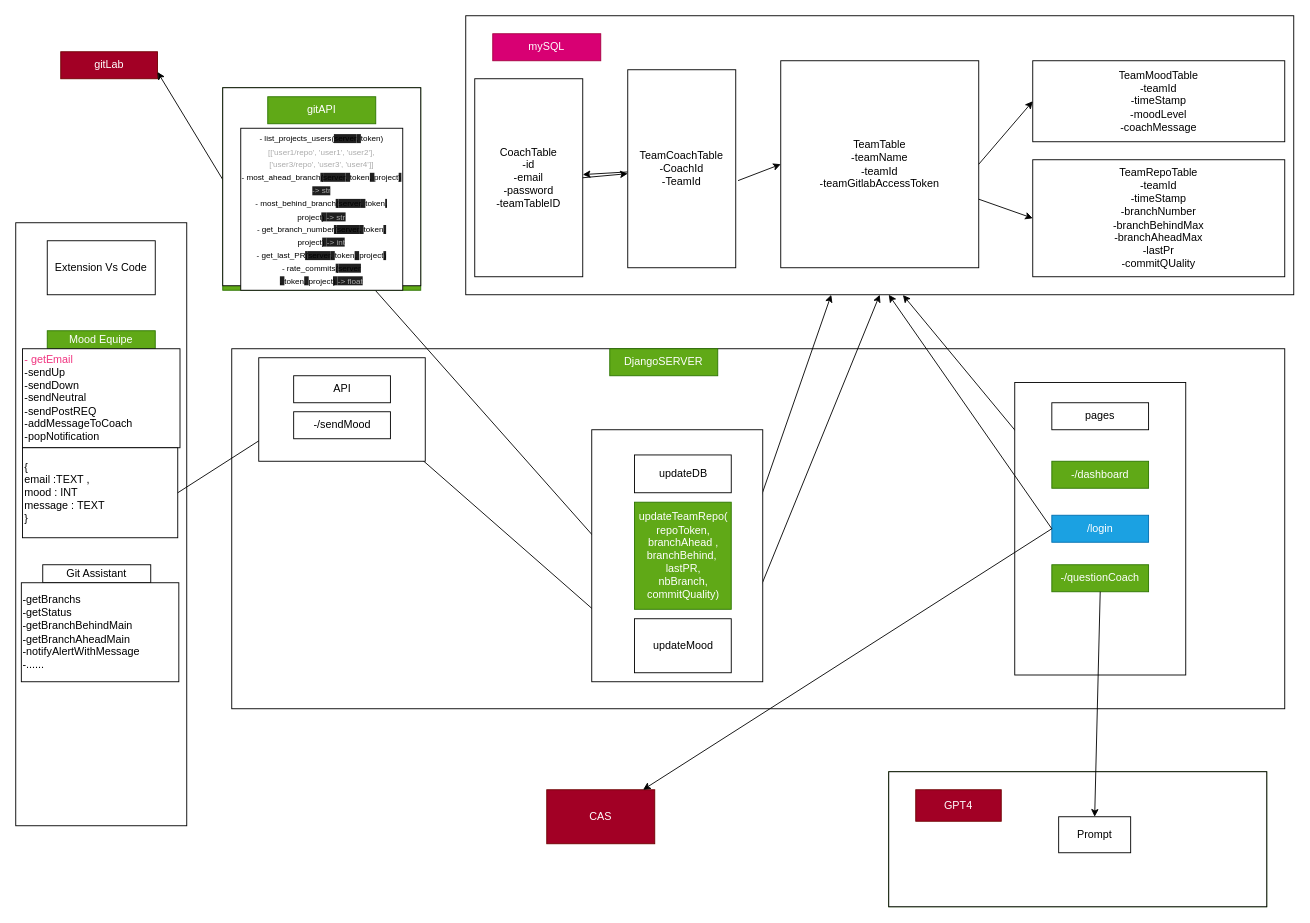
The draw.io diagram architecture.drawio in mohamedali3107/codingcoach, before the edit. Source tidied: cells renumbered, new cells numbered last; positions are measured from the earlier drawing's top-left corner, leaving out a move shared by most shapes. Both pictures are drawn from the tidied source at 90%, with x=0, y=0 at pixel (15, 15).
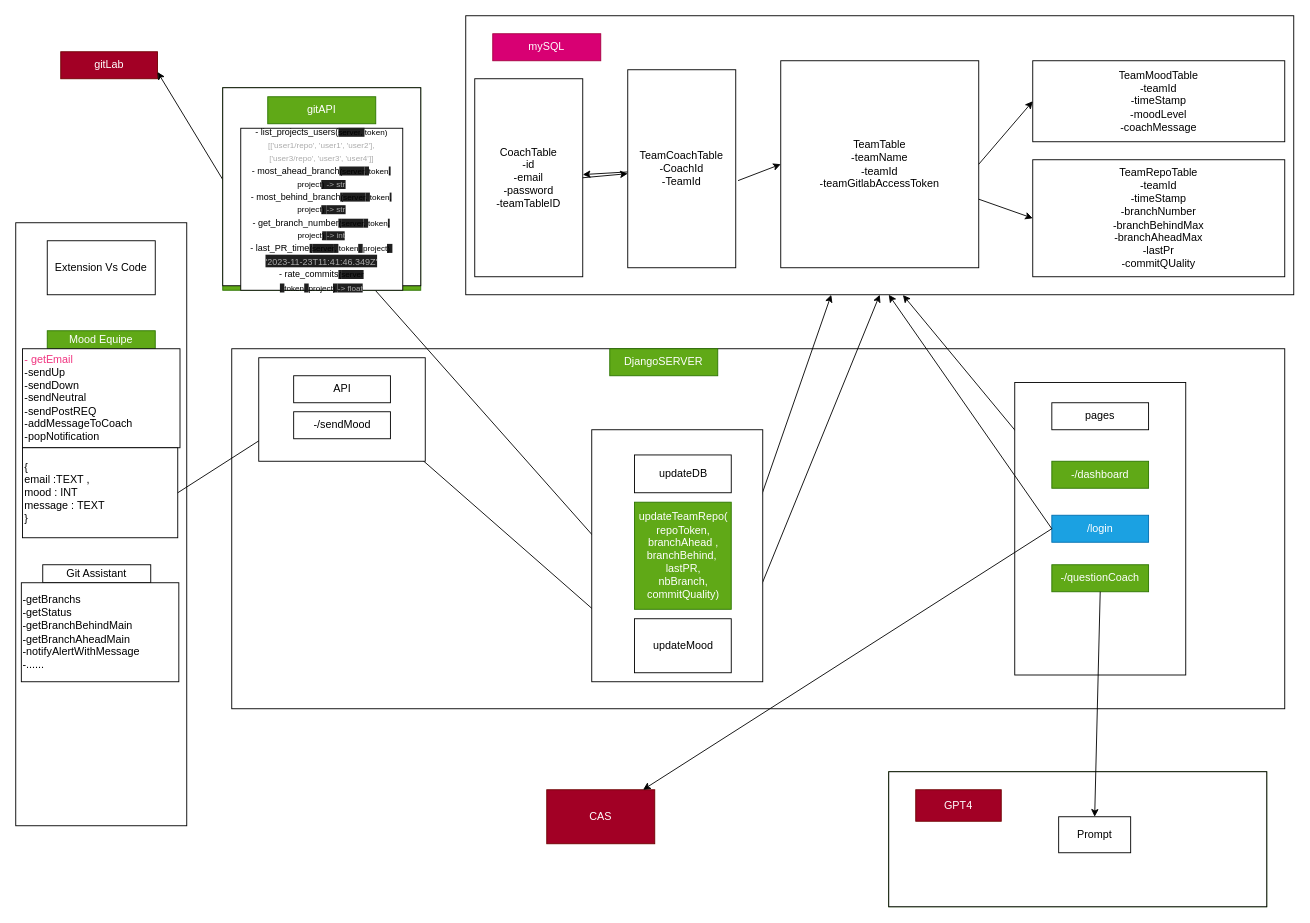
Above is the later version.

The change refers to these unchanged cells:
```xml
<mxCell id="52" style="group;fillColor=#60a917;fontColor=#ffffff;strokeColor=#2D7600;" parent="1" vertex="1">
  <mxGeometry x="230" y="80" width="220" height="225" as="geometry" />
</mxCell>
```

What changed in the source:
```diff
@@
-    <mxCell id="55" value="&lt;font style=&quot;font-size: 9px;&quot;&gt;&lt;font style=&quot;font-size: 9px;&quot;&gt;- list_projects_users(&lt;span style=&quot;background-color: rgb(31, 31, 31);&quot;&gt;server&lt;/span&gt;&lt;span style=&quot;background-color: rgb(31, 31, 31);&quot;&gt;, &lt;/span&gt;&lt;span style=&quot;background-color: initial;&quot;&gt;token&lt;/span&gt;&lt;span style=&quot;background-color: initial;&quot;&gt;)&lt;br&gt;&lt;/span&gt;&lt;font color=&quot;#ababab&quot;&gt;[['user1/repo', 'user1', 'user2'],&lt;br&gt;&lt;/font&gt;&lt;span style=&quot;color: rgb(171, 171, 171);&quot;&gt;['user3/repo', 'user3', 'user4']&lt;/span&gt;&lt;font color=&quot;#ababab&quot;&gt;]&lt;/font&gt;&lt;br&gt;- most_ahead_branch&lt;span style=&quot;background-color: rgb(31, 31, 31);&quot;&gt;(&lt;/span&gt;&lt;span style=&quot;background-color: rgb(31, 31, 31);&quot;&gt;server&lt;/span&gt;&lt;span style=&quot;background-color: rgb(31, 31, 31);&quot;&gt;, &lt;/span&gt;&lt;span style=&quot;background-color: initial;&quot;&gt;token&lt;/span&gt;&lt;span style=&quot;background-color: rgb(31, 31, 31);&quot;&gt;, &lt;/span&gt;&lt;span style=&quot;background-color: initial;&quot;&gt;project&lt;/span&gt;&lt;span style=&quot;background-color: rgb(31, 31, 31);&quot;&gt;) &lt;font color=&quot;#ababab&quot;&gt;-&amp;gt; str&lt;/font&gt;&lt;/span&gt;&lt;span style=&quot;background-color: rgb(31, 31, 31);&quot;&gt;&lt;br&gt;&lt;/span&gt;- most_behind_branch&lt;span style=&quot;background-color: rgb(31, 31, 31);&quot;&gt;(&lt;/span&gt;&lt;span style=&quot;background-color: rgb(31, 31, 31);&quot;&gt;server&lt;/span&gt;&lt;span style=&quot;background-color: rgb(31, 31, 31);&quot;&gt;, &lt;/span&gt;&lt;span style=&quot;background-color: initial;&quot;&gt;token&lt;/span&gt;&lt;span style=&quot;background-color: rgb(31, 31, 31);&quot;&gt;, &lt;/span&gt;&lt;span style=&quot;background-color: initial;&quot;&gt;project&lt;/span&gt;&lt;span style=&quot;background-color: rgb(31, 31, 31);&quot;&gt;)&amp;nbsp;&lt;/span&gt;&lt;span style=&quot;color: rgb(171, 171, 171); background-color: rgb(31, 31, 31);&quot;&gt;-&amp;gt; str&lt;/span&gt;&lt;span style=&quot;background-color: rgb(31, 31, 31);&quot;&gt;&lt;br&gt;&lt;/span&gt;- get_branch_number&lt;span style=&quot;background-color: rgb(31, 31, 31);&quot;&gt;(&lt;/span&gt;&lt;span style=&quot;background-color: rgb(31, 31, 31);&quot;&gt;server&lt;/span&gt;&lt;span style=&quot;background-color: rgb(31, 31, 31);&quot;&gt;, &lt;/span&gt;&lt;span style=&quot;background-color: initial;&quot;&gt;token&lt;/span&gt;&lt;span style=&quot;background-color: rgb(31, 31, 31);&quot;&gt;, &lt;/span&gt;&lt;span style=&quot;background-color: initial;&quot;&gt;project&lt;/span&gt;&lt;span style=&quot;background-color: rgb(31, 31, 31);&quot;&gt;)&amp;nbsp;&lt;/span&gt;&lt;span style=&quot;color: rgb(171, 171, 171); background-color: rgb(31, 31, 31);&quot;&gt;-&amp;gt; int&lt;/span&gt;&lt;span style=&quot;background-color: rgb(31, 31, 31);&quot;&gt;&lt;br&gt;&lt;/span&gt;- get_last_PR&lt;span style=&quot;background-color: rgb(31, 31, 31);&quot;&gt;(&lt;/span&gt;&lt;span style=&quot;background-color: rgb(31, 31, 31);&quot;&gt;server&lt;/span&gt;&lt;span style=&quot;background-color: rgb(31, 31, 31);&quot;&gt;, &lt;/span&gt;&lt;span style=&quot;background-color: initial;&quot;&gt;token&lt;/span&gt;&lt;span style=&quot;background-color: rgb(31, 31, 31);&quot;&gt;, &lt;/span&gt;&lt;span style=&quot;background-color: initial;&quot;&gt;project&lt;/span&gt;&lt;span style=&quot;background-color: rgb(31, 31, 31);&quot;&gt;)&lt;/span&gt;&lt;span style=&quot;background-color: rgb(31, 31, 31);&quot;&gt;&lt;br&gt;&lt;/span&gt;- rate_commits&lt;span style=&quot;background-color: rgb(31, 31, 31);&quot;&gt;(&lt;/span&gt;&lt;span style=&quot;background-color: rgb(31, 31, 31);&quot;&gt;server&lt;/span&gt;&lt;span style=&quot;background-color: rgb(31, 31, 31);&quot;&gt;&lt;br&gt;&lt;/span&gt;&lt;/font&gt;&lt;span style=&quot;background-color: rgb(31, 31, 31);&quot;&gt;, &lt;/span&gt;&lt;span style=&quot;background-color: initial;&quot;&gt;token&lt;/span&gt;&lt;span style=&quot;background-color: rgb(31, 31, 31);&quot;&gt;, &lt;/span&gt;&lt;span style=&quot;background-color: initial;&quot;&gt;project&lt;/span&gt;&lt;span style=&quot;background-color: rgb(31, 31, 31);&quot;&gt;)&amp;nbsp;&lt;/span&gt;&lt;/font&gt;&lt;span style=&quot;color: rgb(171, 171, 171); font-size: 9px; background-color: rgb(31, 31, 31);&quot;&gt;-&amp;gt; float&lt;/span&gt;" style="whiteSpace=wrap;html=1;" parent="52" vertex="1">
+    <mxCell id="55" value="&lt;font style=&quot;&quot;&gt;&lt;font style=&quot;&quot;&gt;&lt;font size=&quot;1&quot;&gt;- list_projects_users(&lt;/font&gt;&lt;span style=&quot;font-size: 9px; background-color: rgb(31, 31, 31);&quot;&gt;server&lt;/span&gt;&lt;span style=&quot;font-size: 9px; background-color: rgb(31, 31, 31);&quot;&gt;, &lt;/span&gt;&lt;span style=&quot;font-size: 9px; background-color: initial;&quot;&gt;token&lt;/span&gt;&lt;span style=&quot;font-size: 9px; background-color: initial;&quot;&gt;)&lt;br&gt;&lt;/span&gt;&lt;font style=&quot;font-size: 9px;&quot; color=&quot;#ababab&quot;&gt;[['user1/repo', 'user1', 'user2'],&lt;br&gt;&lt;/font&gt;&lt;span style=&quot;font-size: 9px; color: rgb(171, 171, 171);&quot;&gt;['user3/repo', 'user3', 'user4']&lt;/span&gt;&lt;font style=&quot;font-size: 9px;&quot; color=&quot;#ababab&quot;&gt;]&lt;/font&gt;&lt;br&gt;&lt;font size=&quot;1&quot;&gt;- most_ahead_branch&lt;/font&gt;&lt;span style=&quot;font-size: 9px; background-color: rgb(31, 31, 31);&quot;&gt;(&lt;/span&gt;&lt;span style=&quot;font-size: 9px; background-color: rgb(31, 31, 31);&quot;&gt;server&lt;/span&gt;&lt;span style=&quot;font-size: 9px; background-color: rgb(31, 31, 31);&quot;&gt;, &lt;/span&gt;&lt;span style=&quot;font-size: 9px; background-color: initial;&quot;&gt;token&lt;/span&gt;&lt;span style=&quot;font-size: 9px; background-color: rgb(31, 31, 31);&quot;&gt;, &lt;/span&gt;&lt;span style=&quot;font-size: 9px; background-color: initial;&quot;&gt;project&lt;/span&gt;&lt;span style=&quot;font-size: 9px; background-color: rgb(31, 31, 31);&quot;&gt;) &lt;font color=&quot;#ababab&quot;&gt;-&amp;gt; str&lt;/font&gt;&lt;/span&gt;&lt;span style=&quot;font-size: 9px; background-color: rgb(31, 31, 31);&quot;&gt;&lt;br&gt;&lt;/span&gt;&lt;font size=&quot;1&quot;&gt;- most_behind_branch&lt;/font&gt;&lt;span style=&quot;font-size: 9px; background-color: rgb(31, 31, 31);&quot;&gt;(&lt;/span&gt;&lt;span style=&quot;font-size: 9px; background-color: rgb(31, 31, 31);&quot;&gt;server&lt;/span&gt;&lt;span style=&quot;font-size: 9px; background-color: rgb(31, 31, 31);&quot;&gt;, &lt;/span&gt;&lt;span style=&quot;font-size: 9px; background-color: initial;&quot;&gt;token&lt;/span&gt;&lt;span style=&quot;font-size: 9px; background-color: rgb(31, 31, 31);&quot;&gt;, &lt;/span&gt;&lt;span style=&quot;font-size: 9px; background-color: initial;&quot;&gt;project&lt;/span&gt;&lt;span style=&quot;font-size: 9px; background-color: rgb(31, 31, 31);&quot;&gt;)&amp;nbsp;&lt;/span&gt;&lt;span style=&quot;font-size: 9px; color: rgb(171, 171, 171); background-color: rgb(31, 31, 31);&quot;&gt;-&amp;gt; str&lt;/span&gt;&lt;span style=&quot;font-size: 9px; background-color: rgb(31, 31, 31);&quot;&gt;&lt;br&gt;&lt;/span&gt;&lt;font size=&quot;1&quot;&gt;- get_branch_number&lt;/font&gt;&lt;span style=&quot;font-size: 9px; background-color: rgb(31, 31, 31);&quot;&gt;(&lt;/span&gt;&lt;span style=&quot;font-size: 9px; background-color: rgb(31, 31, 31);&quot;&gt;server&lt;/span&gt;&lt;span style=&quot;font-size: 9px; background-color: rgb(31, 31, 31);&quot;&gt;, &lt;/span&gt;&lt;span style=&quot;font-size: 9px; background-color: initial;&quot;&gt;token&lt;/span&gt;&lt;span style=&quot;font-size: 9px; background-color: rgb(31, 31, 31);&quot;&gt;, &lt;/span&gt;&lt;span style=&quot;font-size: 9px; background-color: initial;&quot;&gt;project&lt;/span&gt;&lt;span style=&quot;font-size: 9px; background-color: rgb(31, 31, 31);&quot;&gt;)&amp;nbsp;&lt;/span&gt;&lt;span style=&quot;font-size: 9px; color: rgb(171, 171, 171); background-color: rgb(31, 31, 31);&quot;&gt;-&amp;gt; int&lt;/span&gt;&lt;span style=&quot;font-size: 9px; background-color: rgb(31, 31, 31);&quot;&gt;&lt;br&gt;&lt;/span&gt;&lt;font size=&quot;1&quot;&gt;- last_PR_time&lt;/font&gt;&lt;span style=&quot;font-size: 9px; background-color: rgb(31, 31, 31);&quot;&gt;(&lt;/span&gt;&lt;span style=&quot;font-size: 9px; background-color: rgb(31, 31, 31);&quot;&gt;server&lt;/span&gt;&lt;span style=&quot;font-size: 9px; background-color: rgb(31, 31, 31);&quot;&gt;, &lt;/span&gt;&lt;span style=&quot;font-size: 9px; background-color: initial;&quot;&gt;token&lt;/span&gt;&lt;span style=&quot;font-size: 9px; background-color: rgb(31, 31, 31);&quot;&gt;, &lt;/span&gt;&lt;span style=&quot;font-size: 9px; background-color: initial;&quot;&gt;project&lt;/span&gt;&lt;span style=&quot;font-size: 9px; background-color: rgb(31, 31, 31);&quot;&gt;)&amp;nbsp;&lt;/span&gt;&lt;font style=&quot;font-size: 9px;&quot; color=&quot;#ababab&quot;&gt;&lt;span style=&quot;background-color: rgb(31, 31, 31);&quot;&gt;&lt;br&gt;&lt;/span&gt;&lt;/font&gt;&lt;span style=&quot;background-color: rgb(31, 31, 31);&quot;&gt;&lt;font style=&quot;&quot; color=&quot;#ababab&quot;&gt;&lt;font size=&quot;1&quot;&gt;'2023-11-23T11:41:46.349Z&lt;/font&gt;&lt;font size=&quot;1&quot;&gt;'&lt;/font&gt;&lt;/font&gt;&lt;br&gt;&lt;/span&gt;&lt;font size=&quot;1&quot;&gt;- rate_commits&lt;/font&gt;&lt;span style=&quot;font-size: 9px; background-color: rgb(31, 31, 31);&quot;&gt;(&lt;/span&gt;&lt;span style=&quot;font-size: 9px; background-color: rgb(31, 31, 31);&quot;&gt;server&lt;/span&gt;&lt;span style=&quot;font-size: 9px; background-color: rgb(31, 31, 31);&quot;&gt;&lt;br&gt;&lt;/span&gt;&lt;/font&gt;&lt;span style=&quot;font-size: 9px; background-color: rgb(31, 31, 31);&quot;&gt;, &lt;/span&gt;&lt;span style=&quot;font-size: 9px; background-color: initial;&quot;&gt;token&lt;/span&gt;&lt;span style=&quot;font-size: 9px; background-color: rgb(31, 31, 31);&quot;&gt;, &lt;/span&gt;&lt;span style=&quot;font-size: 9px; background-color: initial;&quot;&gt;project&lt;/span&gt;&lt;span style=&quot;font-size: 9px; background-color: rgb(31, 31, 31);&quot;&gt;)&amp;nbsp;&lt;/span&gt;&lt;/font&gt;&lt;span style=&quot;color: rgb(171, 171, 171); font-size: 9px; background-color: rgb(31, 31, 31);&quot;&gt;-&amp;gt; float&lt;/span&gt;" style="whiteSpace=wrap;html=1;" parent="52" vertex="1">
       <mxGeometry x="20" y="45" width="180" height="180" as="geometry" />
     </mxCell>
```
